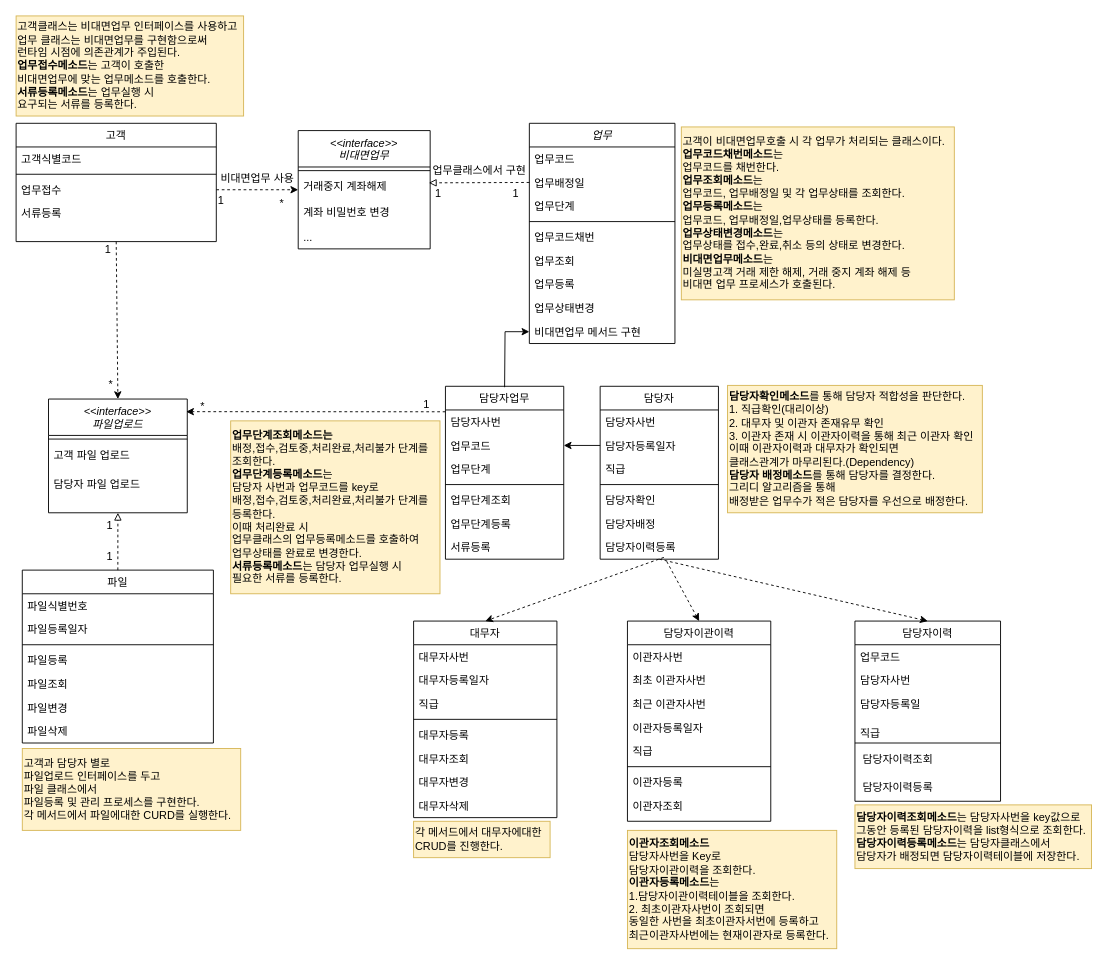
corrvax/toby keeps this draw.io diagram as 클래스다이어그램.drawio. Above is the earlier version. Source tidied: cells renumbered, new cells numbered last; positions are measured from the earlier drawing's top-left corner, leaving out a move shared by most shapes. Both pictures are drawn from the tidied source at 91%, with x=0, y=0 at pixel (15, 15).
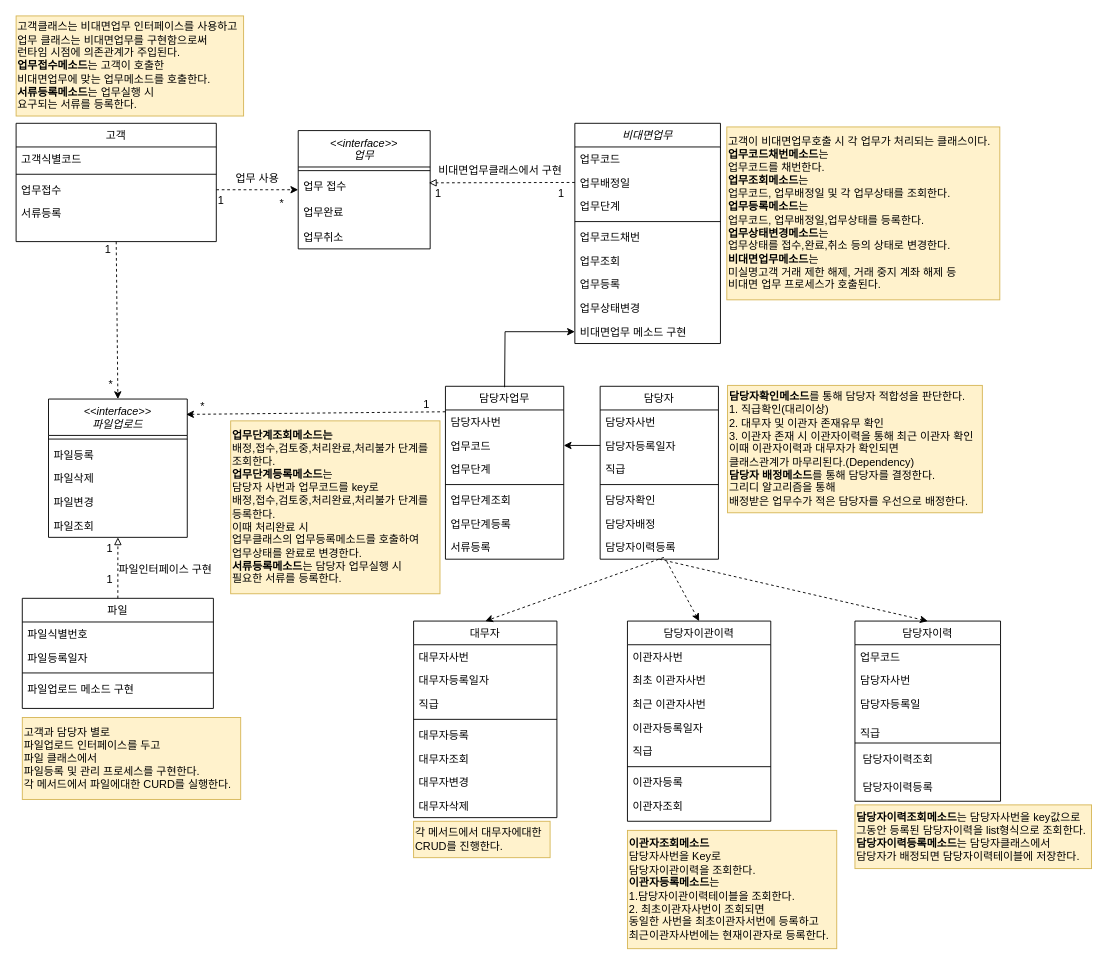
The same page after the edit.

Commit message:
클래스다이어그램.drawio 업데이트

What changed in the source:
```diff
@@
-    <mxCell id="2" value="업무" style="swimlane;fontStyle=2;align=center;verticalAlign=top;horizontal=1;startSize=26;rounded=0;shadow=0;strokeWidth=1;" parent="1" vertex="1">
-      <mxGeometry x="564.2" y="118" width="160" height="242" as="geometry" />
+    <mxCell id="2" value="비대면업무" style="swimlane;fontStyle=2;align=center;verticalAlign=top;horizontal=1;startSize=26;rounded=0;shadow=0;strokeWidth=1;" parent="1" vertex="1">
+      <mxGeometry x="614.2" y="118" width="160" height="242" as="geometry" />
     </mxCell>
@@
-    <mxCell id="11" value="비대면업무 메서드 구현" style="text;align=left;verticalAlign=top;spacingLeft=4;spacingRight=4;overflow=hidden;points=[[0,0.5],[1,0.5]];portConstraint=eastwest;" parent="2" vertex="1">
+    <mxCell id="11" value="비대면업무 메소드 구현" style="text;align=left;verticalAlign=top;spacingLeft=4;spacingRight=4;overflow=hidden;points=[[0,0.5],[1,0.5]];portConstraint=eastwest;" parent="2" vertex="1">
       <mxGeometry y="216" width="160" height="26" as="geometry" />
     </mxCell>
     <mxCell id="12" value="파일" style="swimlane;fontStyle=0;align=center;verticalAlign=top;horizontal=1;startSize=26;rounded=0;shadow=0;strokeWidth=1;" parent="1" vertex="1">
-      <mxGeometry x="7" y="609" width="210" height="190" as="geometry" />
+      <mxGeometry x="7" y="640" width="210" height="121" as="geometry" />
     </mxCell>
@@
-    <mxCell id="16" value="파일등록" style="text;align=left;verticalAlign=top;spacingLeft=4;spacingRight=4;overflow=hidden;fontStyle=0;" parent="12" vertex="1">
-      <mxGeometry y="86" width="210" height="26" as="geometry" />
-    </mxCell>
-    <mxCell id="17" value="파일조회" style="text;align=left;verticalAlign=top;spacingLeft=4;spacingRight=4;overflow=hidden;" parent="12" vertex="1">
-      <mxGeometry y="112" width="210" height="26" as="geometry" />
-    </mxCell>
-    <mxCell id="18" value="파일변경" style="text;align=left;verticalAlign=top;spacingLeft=4;spacingRight=4;overflow=hidden;" parent="12" vertex="1">
-      <mxGeometry y="138" width="210" height="26" as="geometry" />
-    </mxCell>
-    <mxCell id="19" value="파일삭제" style="text;align=left;verticalAlign=top;spacingLeft=4;spacingRight=4;overflow=hidden;" parent="12" vertex="1">
-      <mxGeometry y="164" width="210" height="26" as="geometry" />
-    </mxCell>
+    <mxCell id="104" value="파일업로드 메소드 구현" style="text;align=left;verticalAlign=top;spacingLeft=4;spacingRight=4;overflow=hidden;" parent="12" vertex="1">
+      <mxGeometry y="86" width="210" height="26" as="geometry" />
+    </mxCell>
@@
-    <mxCell id="61" value="&lt;&lt;interface&gt;&gt;&#10;비대면업무" style="swimlane;fontStyle=2;align=center;verticalAlign=top;horizontal=1;startSize=40;rounded=0;shadow=0;strokeWidth=1;" parent="1" vertex="1">
+    <mxCell id="61" value="&lt;&lt;interface&gt;&gt;&#10;업무" style="swimlane;fontStyle=2;align=center;verticalAlign=top;horizontal=1;startSize=40;rounded=0;shadow=0;strokeWidth=1;" parent="1" vertex="1">
       <mxGeometry x="310.2" y="126" width="145" height="130" as="geometry" />
     </mxCell>
@@
-    <mxCell id="63" value="거래중지 계좌해제&#10;&#10;계좌 비밀번호 변경&#10; &#10;..." style="text;align=left;verticalAlign=top;spacingLeft=4;spacingRight=4;overflow=hidden;points=[[0,0.5],[1,0.5]];portConstraint=eastwest;" parent="61" vertex="1">
+    <mxCell id="63" value="업무 접수&#10;&#10;업무완료&#10;&#10;업무취소" style="text;align=left;verticalAlign=top;spacingLeft=4;spacingRight=4;overflow=hidden;points=[[0,0.5],[1,0.5]];portConstraint=eastwest;" parent="61" vertex="1">
       <mxGeometry y="48" width="145" height="82" as="geometry" />
     </mxCell>
@@
-    <mxCell id="65" value="비대면업무 사용" style="text;html=1;align=center;verticalAlign=middle;strokeColor=none;fillColor=none;" parent="1" vertex="1">
-      <mxGeometry x="215.2" y="164" width="100" height="30" as="geometry" />
+    <mxCell id="65" value="업무 사용" style="text;html=1;align=center;verticalAlign=middle;strokeColor=none;fillColor=none;" parent="1" vertex="1">
+      <mxGeometry x="230.2" y="164" width="70" height="30" as="geometry" />
     </mxCell>
@@
     <mxCell id="71" value="1" style="text;html=1;align=center;verticalAlign=middle;strokeColor=none;fillColor=none;" parent="1" vertex="1">
-      <mxGeometry x="534.2" y="180" width="30" height="30" as="geometry" />
+      <mxGeometry x="584.2" y="180" width="30" height="30" as="geometry" />
     </mxCell>
     <mxCell id="72" value="&lt;&lt;interface&gt;&gt;&#10;파일업로드" style="swimlane;fontStyle=2;align=center;verticalAlign=top;horizontal=1;startSize=40;rounded=0;shadow=0;strokeWidth=1;" parent="1" vertex="1">
-      <mxGeometry x="35.8" y="421" width="152.5" height="125" as="geometry" />
+      <mxGeometry x="35.8" y="421" width="152.5" height="152" as="geometry" />
     </mxCell>
@@
-    <mxCell id="74" value="고객 파일 업로드" style="text;align=left;verticalAlign=top;spacingLeft=4;spacingRight=4;overflow=hidden;" parent="72" vertex="1">
-      <mxGeometry y="48" width="152.5" height="32" as="geometry" />
-    </mxCell>
-    <mxCell id="75" value="담당자 파일 업로드" style="text;align=left;verticalAlign=top;spacingLeft=4;spacingRight=4;overflow=hidden;" parent="72" vertex="1">
-      <mxGeometry y="80" width="152.5" height="30" as="geometry" />
-    </mxCell>
+    <mxCell id="16" value="파일등록" style="text;align=left;verticalAlign=top;spacingLeft=4;spacingRight=4;overflow=hidden;fontStyle=0;" parent="72" vertex="1">
+      <mxGeometry y="48" width="152.5" height="26" as="geometry" />
+    </mxCell>
+    <mxCell id="19" value="파일삭제" style="text;align=left;verticalAlign=top;spacingLeft=4;spacingRight=4;overflow=hidden;" parent="72" vertex="1">
+      <mxGeometry y="74" width="152.5" height="26" as="geometry" />
+    </mxCell>
+    <mxCell id="18" value="파일변경" style="text;align=left;verticalAlign=top;spacingLeft=4;spacingRight=4;overflow=hidden;" parent="72" vertex="1">
+      <mxGeometry y="100" width="152.5" height="26" as="geometry" />
+    </mxCell>
+    <mxCell id="17" value="파일조회" style="text;align=left;verticalAlign=top;spacingLeft=4;spacingRight=4;overflow=hidden;" parent="72" vertex="1">
+      <mxGeometry y="126" width="152.5" height="26" as="geometry" />
+    </mxCell>
@@
     <mxCell id="80" value="1" style="text;html=1;align=center;verticalAlign=middle;strokeColor=none;fillColor=none;" parent="1" vertex="1">
-      <mxGeometry x="88" y="545" width="30" height="30" as="geometry" />
+      <mxGeometry x="88" y="571" width="30" height="30" as="geometry" />
     </mxCell>
     <mxCell id="81" value="1" style="text;html=1;align=center;verticalAlign=middle;strokeColor=none;fillColor=none;" parent="1" vertex="1">
-      <mxGeometry x="88" y="579" width="30" height="30" as="geometry" />
+      <mxGeometry x="88" y="605" width="30" height="30" as="geometry" />
     </mxCell>
     <mxCell id="82" value="고객과 담당자 별로&lt;br&gt;파일업로드 인터페이스를 두고&lt;br&gt;파일 클래스에서 &lt;br&gt;파일등록 및 관리 프로세스를 구현한다.&lt;br&gt;각 메서드에서 파일에대한 CURD를 실행한다.&lt;br&gt;" style="text;html=1;align=left;verticalAlign=middle;strokeColor=#d6b656;fillColor=#fff2cc;" parent="1" vertex="1">
-      <mxGeometry x="7" y="805" width="240" height="90" as="geometry" />
+      <mxGeometry x="7" y="771" width="240" height="90" as="geometry" />
     </mxCell>
@@
     <mxCell id="101" value="고객이 비대면업무호출 시 각 업무가 처리되는 클래스이다.&lt;br&gt;&lt;b&gt;업무코드채번메소드&lt;/b&gt;는&amp;nbsp;&lt;br&gt;업무코드를 채번한다.&lt;br&gt;&lt;b&gt;업무조회메소드&lt;/b&gt;는&lt;br&gt;업무코드, 업무배정일 및 각 업무상태를 조회한다.&lt;br&gt;&lt;b style=&quot;border-color: var(--border-color);&quot;&gt;업무등록메소드&lt;/b&gt;는&lt;br style=&quot;border-color: var(--border-color);&quot;&gt;업무코드, 업무배정일,업무상태를 등록한다.&lt;br&gt;&lt;b&gt;업무상태변경메소드&lt;/b&gt;는&lt;br&gt;업무상태를 접수,완료,취소 등의 상태로 변경한다.&lt;br&gt;&lt;b&gt;비대면업무메소드&lt;/b&gt;는&lt;br&gt;미실명고객 거래 제한 해제, 거래 중지 계좌 해제 등&lt;br&gt;비대면 업무 프로세스가 호출된다." style="text;html=1;align=left;verticalAlign=middle;strokeColor=#d6b656;fillColor=#fff2cc;" parent="1" vertex="1">
-      <mxGeometry x="731.2" y="122" width="300" height="190" as="geometry" />
+      <mxGeometry x="781.2" y="122" width="300" height="190" as="geometry" />
     </mxCell>
-    <mxCell id="102" value="업무클래스에서 구현" style="text;html=1;align=center;verticalAlign=middle;strokeColor=none;fillColor=none;" parent="1" vertex="1">
-      <mxGeometry x="449.2" y="155" width="120" height="30" as="geometry" />
+    <mxCell id="102" value="비대면업무클래스에서 구현" style="text;html=1;align=center;verticalAlign=middle;strokeColor=none;fillColor=none;" parent="1" vertex="1">
+      <mxGeometry x="457.2" y="155" width="150" height="30" as="geometry" />
     </mxCell>
@@
+    <mxCell id="105" value="파일인터페이스 구현" style="text;html=1;align=center;verticalAlign=middle;strokeColor=none;fillColor=none;" parent="1" vertex="1">
+      <mxGeometry x="104.2" y="594" width="120" height="30" as="geometry" />
+    </mxCell>
```
